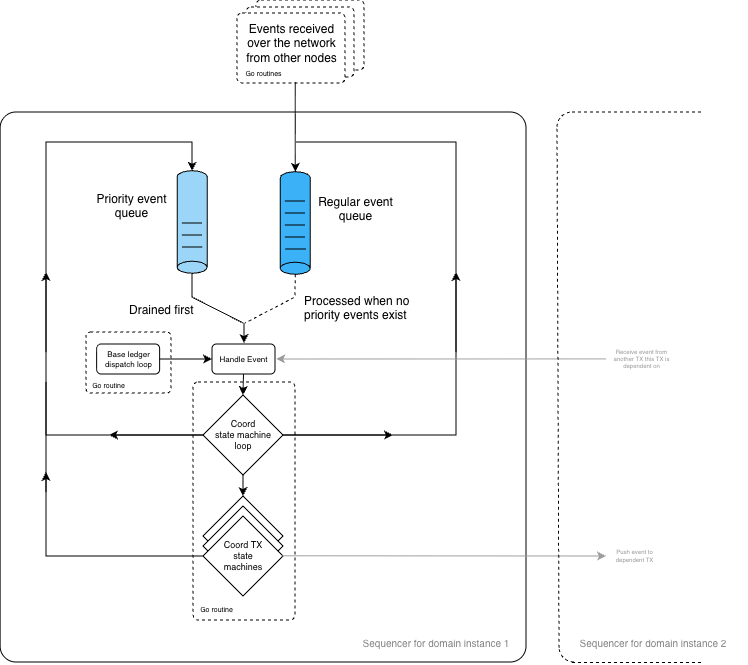
The draw.io diagram doc-site/docs/architecture/diagrams/paladin-code-architecture.png in yosrahelal/paladin, before a commit. Source tidied: cells renumbered, new cells last; positions are measured from the earlier drawing's top-left corner, leaving out a move shared by most shapes.
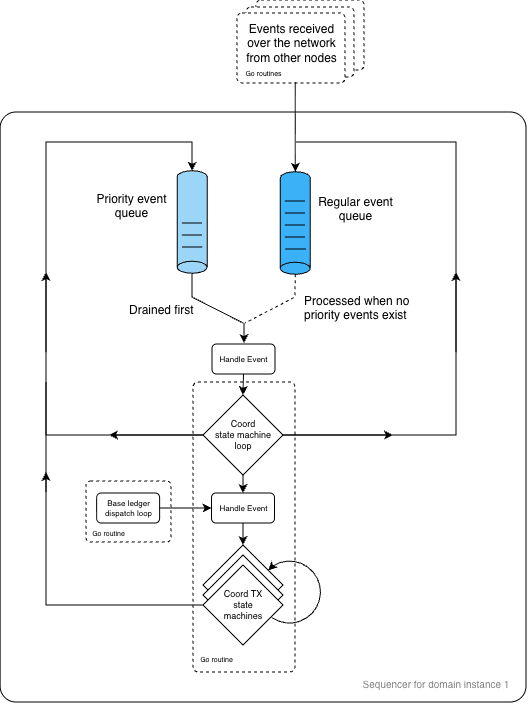
Later version of the same file.

Diff of the diagram source:
```diff
@@ -2,6 +2,9 @@
   <root>
     <mxCell id="0" />
     <mxCell id="1" parent="0" />
+    <mxCell id="45" style="rounded=1;whiteSpace=wrap;verticalAlign=middle;spacing=0;fontSize=8;dashed=1;fillColor=none;arcSize=7;" parent="1" vertex="1">
+      <mxGeometry x="86" y="481" width="85" height="61" as="geometry" />
+    </mxCell>
     <mxCell id="2" style="rounded=1;whiteSpace=wrap;verticalAlign=middle;spacing=0;fontSize=8;dashed=1;fillColor=default;arcSize=7;" parent="1" vertex="1">
       <mxGeometry x="256" width="108" height="70" as="geometry" />
     </mxCell>
@@ -12,27 +15,27 @@
       <mxGeometry x="237" y="13" width="108" height="70" as="geometry" />
     </mxCell>
     <mxCell id="5" style="rounded=1;whiteSpace=wrap;html=1;arcSize=3;align=left;verticalAlign=bottom;spacingLeft=8;spacingBottom=4;fillColor=none;" parent="1" vertex="1">
-      <mxGeometry x="0.1" y="112" width="525.9" height="550" as="geometry" />
+      <mxGeometry x="0.1" y="112" width="525.9" height="590" as="geometry" />
     </mxCell>
     <mxCell id="6" style="rounded=1;whiteSpace=wrap;verticalAlign=middle;spacing=0;fontSize=8;dashed=1;fillColor=none;arcSize=5;" parent="1" vertex="1">
-      <mxGeometry x="193" y="382" width="102" height="238" as="geometry" />
+      <mxGeometry x="193" y="382" width="102" height="290" as="geometry" />
     </mxCell>
     <mxCell id="7" value="&lt;font&gt;Coord&lt;/font&gt;&lt;div&gt;&lt;div&gt;&lt;font&gt;state&amp;nbsp;&lt;/font&gt;&lt;span style=&quot;background-color: transparent; color: light-dark(rgb(0, 0, 0), rgb(255, 255, 255));&quot;&gt;machine&lt;/span&gt;&lt;/div&gt;&lt;div&gt;&lt;font&gt;loop&lt;/font&gt;&lt;/div&gt;&lt;/div&gt;" style="rhombus;whiteSpace=wrap;html=1;fontSize=9;fillColor=default;" parent="1" vertex="1">
       <mxGeometry x="203" y="395" width="80" height="80" as="geometry" />
     </mxCell>
     <mxCell id="8" value="&lt;font&gt;Coord&lt;/font&gt;&lt;div&gt;&lt;font&gt;TX state&lt;/font&gt;&lt;/div&gt;&lt;div&gt;&lt;font&gt;machine&lt;/font&gt;&lt;/div&gt;" style="rhombus;whiteSpace=wrap;html=1;fontSize=9;" parent="1" vertex="1">
-      <mxGeometry x="203" y="496" width="80" height="80" as="geometry" />
+      <mxGeometry x="203" y="545" width="80" height="80" as="geometry" />
     </mxCell>
     <mxCell id="9" value="&lt;font&gt;Coord&lt;/font&gt;&lt;div&gt;&lt;font&gt;TX state&lt;/font&gt;&lt;/div&gt;&lt;div&gt;&lt;font&gt;machine&lt;/font&gt;&lt;/div&gt;" style="rhombus;whiteSpace=wrap;html=1;fontSize=9;" parent="1" vertex="1">
-      <mxGeometry x="203" y="506" width="80" height="80" as="geometry" />
+      <mxGeometry x="203" y="555" width="80" height="80" as="geometry" />
     </mxCell>
     <mxCell id="10" value="&lt;font&gt;Coord&amp;nbsp;&lt;/font&gt;&lt;span style=&quot;background-color: transparent; color: light-dark(rgb(0, 0, 0), rgb(255, 255, 255));&quot;&gt;TX&lt;/span&gt;&lt;div&gt;&lt;div&gt;&lt;font&gt;state&lt;/font&gt;&lt;/div&gt;&lt;div&gt;&lt;span style=&quot;background-color: transparent; color: light-dark(rgb(0, 0, 0), rgb(255, 255, 255));&quot;&gt;machines&lt;/span&gt;&lt;/div&gt;&lt;/div&gt;" style="rhombus;whiteSpace=wrap;html=1;fontSize=9;direction=south;" parent="1" vertex="1">
-      <mxGeometry x="203" y="516" width="80" height="80" as="geometry" />
+      <mxGeometry x="203" y="565" width="80" height="80" as="geometry" />
     </mxCell>
     <mxCell id="11" style="shape=cylinder3;whiteSpace=wrap;html=1;boundedLbl=1;backgroundOutline=1;size=5.999999999999773;rotation=90;direction=south;fillColor=#9BD5F7;" parent="1" vertex="1">
       <mxGeometry x="140.9" y="207" width="102.5" height="30" as="geometry" />
     </mxCell>
-    <mxCell id="12" style="endArrow=classic;html=1;rounded=0;entryX=0.5;entryY=0;entryDx=0;entryDy=0;exitX=0.5;exitY=1;exitDx=0;exitDy=0;" parent="1" edge="1" source="7" target="8">
+    <mxCell id="12" style="endArrow=classic;html=1;rounded=0;exitX=0.5;exitY=1;exitDx=0;exitDy=0;entryX=0.5;entryY=0;entryDx=0;entryDy=0;" parent="1" edge="1" source="7" target="58">
       <mxGeometry relative="1" as="geometry" />
     </mxCell>
     <mxCell id="13" style="endArrow=none;html=1;rounded=0;entryX=0.167;entryY=0.706;entryDx=0;entryDy=0;entryPerimeter=0;" parent="1" edge="1">
@@ -139,7 +142,7 @@
       </mxGeometry>
     </mxCell>
     <mxCell id="32" value="&lt;font style=&quot;color: rgb(130, 130, 130); font-size: 10px;&quot;&gt;Sequencer for domain instance 1&lt;/font&gt;" style="rounded=0;whiteSpace=wrap;html=1;strokeColor=none;fillColor=none;" parent="1" vertex="1">
-      <mxGeometry x="342" y="632" width="188" height="21" as="geometry" />
+      <mxGeometry x="342" y="673" width="188" height="21" as="geometry" />
     </mxCell>
     <mxCell id="33" value="Handle Event" style="rounded=1;whiteSpace=wrap;verticalAlign=middle;spacing=0;fontSize=8;" parent="1" vertex="1">
       <mxGeometry x="212" y="344" width="63" height="30" as="geometry" />
@@ -179,74 +182,39 @@
       <mxGeometry relative="1" as="geometry">
         <mxPoint x="46" y="472" as="targetPoint" />
         <Array as="points">
-          <mxPoint x="46" y="556" />
+          <mxPoint x="46" y="605" />
         </Array>
       </mxGeometry>
     </mxCell>
-    <mxCell id="41" style="endArrow=classic;html=1;rounded=0;exitX=0.497;exitY=0.023;exitDx=0;exitDy=0;exitPerimeter=0;fontColor=#33FFFF;strokeColor=#9C9C9C;" parent="1" edge="1" source="10">
-      <mxGeometry relative="1" as="geometry">
-        <mxPoint x="606" y="556" as="targetPoint" />
-      </mxGeometry>
-    </mxCell>
-    <mxCell id="42" value="Push event to dependent TX" style="rounded=0;whiteSpace=wrap;strokeColor=none;fillColor=none;fontSize=6;fontColor=#999999;" parent="1" vertex="1">
-      <mxGeometry x="612" y="544" width="45" height="21" as="geometry" />
-    </mxCell>
     <mxCell id="43" value="Base ledger dispatch loop" style="rounded=1;whiteSpace=wrap;verticalAlign=middle;spacing=0;fontSize=8;" parent="1" vertex="1">
-      <mxGeometry x="96.6" y="344" width="63" height="30" as="geometry" />
+      <mxGeometry x="96.6" y="493" width="63" height="30" as="geometry" />
     </mxCell>
-    <mxCell id="44" style="endArrow=classic;html=1;rounded=0;entryX=0;entryY=0.5;entryDx=0;entryDy=0;exitX=1;exitY=0.5;exitDx=0;exitDy=0;" parent="1" edge="1" source="43" target="33">
+    <mxCell id="44" style="endArrow=classic;html=1;rounded=0;entryX=0;entryY=0.5;entryDx=0;entryDy=0;exitX=1;exitY=0.5;exitDx=0;exitDy=0;" parent="1" edge="1" source="43" target="58">
       <mxGeometry relative="1" as="geometry" />
     </mxCell>
-    <mxCell id="45" style="rounded=1;whiteSpace=wrap;verticalAlign=middle;spacing=0;fontSize=8;dashed=1;fillColor=none;arcSize=7;" parent="1" vertex="1">
-      <mxGeometry x="86" y="332" width="85" height="61" as="geometry" />
-    </mxCell>
     <mxCell id="46" value="&lt;font&gt;Go routine&lt;/font&gt;" style="rounded=1;whiteSpace=wrap;fontSize=7;align=center;verticalAlign=top;arcSize=5;fontFamily=Helvetica;spacingLeft=6;spacingTop=2;html=1;textDirection=ltr;strokeColor=none;fillColor=none;" parent="1" vertex="1">
-      <mxGeometry x="168" y="597" width="91" height="25" as="geometry" />
+      <mxGeometry x="168" y="647" width="91" height="25" as="geometry" />
     </mxCell>
     <mxCell id="47" value="&lt;font&gt;Go routine&lt;/font&gt;" style="rounded=1;whiteSpace=wrap;fontSize=7;align=center;verticalAlign=top;arcSize=5;fontFamily=Helvetica;spacingLeft=6;spacingTop=2;html=1;textDirection=ltr;strokeColor=none;fillColor=none;" parent="1" vertex="1">
-      <mxGeometry x="60" y="373" width="91" height="25" as="geometry" />
+      <mxGeometry x="60" y="521" width="91" height="25" as="geometry" />
     </mxCell>
-    <mxCell id="48" style="endArrow=classic;html=1;rounded=0;endFill=1;strokeColor=light-dark(#9c9c9c, #AFFF87);exitX=0.174;exitY=0.515;exitDx=0;exitDy=0;exitPerimeter=0;entryX=0.525;entryY=0.512;entryDx=0;entryDy=0;entryPerimeter=0;" parent="1" edge="1">
-      <mxGeometry relative="1" as="geometry">
-        <mxPoint x="606" y="358.9" as="sourcePoint" />
-        <mxPoint x="276.2" y="359" as="targetPoint" />
-      </mxGeometry>
-    </mxCell>
-    <mxCell id="49" value="Receive event from another TX this TX is dependent on" style="rounded=0;whiteSpace=wrap;strokeColor=none;fillColor=none;fontSize=6;fontColor=#999999;" parent="1" vertex="1">
-      <mxGeometry x="608" y="347" width="67" height="21" as="geometry" />
-    </mxCell>
-    <mxCell id="50" value="&lt;font style=&quot;color: rgb(130, 130, 130); font-size: 10px;&quot;&gt;Sequencer for domain instance 2&lt;/font&gt;" style="rounded=0;whiteSpace=wrap;html=1;strokeColor=none;fillColor=none;" parent="1" vertex="1">
-      <mxGeometry x="559" y="632" width="188" height="21" as="geometry" />
-    </mxCell>
     <mxCell id="51" style="endArrow=none;html=1;rounded=0;endFill=0;" parent="1" edge="1">
       <mxGeometry relative="1" as="geometry">
         <mxPoint x="46" y="492" as="sourcePoint" />
         <mxPoint x="46" y="382" as="targetPoint" />
       </mxGeometry>
     </mxCell>
-    <mxCell id="52" style="verticalLabelPosition=bottom;verticalAlign=top;html=1;shape=mxgraph.basic.arc;startAngle=0.7515914963824541;endAngle=0;dashed=1;" parent="1" vertex="1">
-      <mxGeometry x="557" y="112" width="30" height="30" as="geometry" />
-    </mxCell>
-    <mxCell id="53" style="verticalLabelPosition=bottom;verticalAlign=top;html=1;shape=mxgraph.basic.arc;startAngle=0.7515914963824541;endAngle=0;rotation=-90;dashed=1;" parent="1" vertex="1">
-      <mxGeometry x="559" y="632" width="30" height="30" as="geometry" />
-    </mxCell>
-    <mxCell id="54" style="endArrow=none;html=1;rounded=0;entryX=0;entryY=0.5;entryDx=0;entryDy=0;entryPerimeter=0;exitX=0;exitY=0.75;exitDx=0;exitDy=0;endFill=0;dashed=1;" parent="1" edge="1" source="50" target="52">
-      <mxGeometry relative="1" as="geometry" />
-    </mxCell>
-    <mxCell id="55" style="endArrow=none;html=1;rounded=0;exitX=0.633;exitY=0;exitDx=0;exitDy=0;exitPerimeter=0;endFill=0;dashed=1;" parent="1" edge="1">
-      <mxGeometry relative="1" as="geometry">
-        <mxPoint x="572" y="112" as="sourcePoint" />
-        <mxPoint x="702" y="112" as="targetPoint" />
-      </mxGeometry>
-    </mxCell>
-    <mxCell id="56" style="endArrow=none;html=1;rounded=0;exitX=0.633;exitY=0;exitDx=0;exitDy=0;exitPerimeter=0;endFill=0;dashed=1;" parent="1" edge="1">
-      <mxGeometry relative="1" as="geometry">
-        <mxPoint x="572" y="662.4" as="sourcePoint" />
-        <mxPoint x="702" y="662.4" as="targetPoint" />
-      </mxGeometry>
-    </mxCell>
     <mxCell id="57" value="&lt;font&gt;Go routines&lt;/font&gt;" style="rounded=1;whiteSpace=wrap;fontSize=7;align=center;verticalAlign=top;arcSize=5;fontFamily=Helvetica;spacingLeft=6;spacingTop=2;html=1;textDirection=ltr;strokeColor=none;fillColor=none;" parent="1" vertex="1">
       <mxGeometry x="215" y="61" width="91" height="25" as="geometry" />
     </mxCell>
+    <mxCell id="58" value="Handle Event" style="rounded=1;whiteSpace=wrap;verticalAlign=middle;spacing=0;fontSize=8;" parent="1" vertex="1">
+      <mxGeometry x="211.5" y="493" width="63" height="30" as="geometry" />
+    </mxCell>
+    <mxCell id="59" style="endArrow=classic;html=1;rounded=0;exitX=0.5;exitY=1;exitDx=0;exitDy=0;entryX=0.5;entryY=0;entryDx=0;entryDy=0;" parent="1" edge="1" source="58" target="8">
+      <mxGeometry relative="1" as="geometry" />
+    </mxCell>
+    <mxCell id="60" style="shape=mxgraph.basic.arc;html=1;startAngle=0.37609760289585414;endAngle=0.1;endArrow=none;endFill=0;startArrow=classic;startFill=1;rotation=-180;" parent="1" vertex="1">
+      <mxGeometry x="255.5" y="558" width="69" height="69" as="geometry" />
+    </mxCell>
   </root>
 </mxGraphModel>
```
